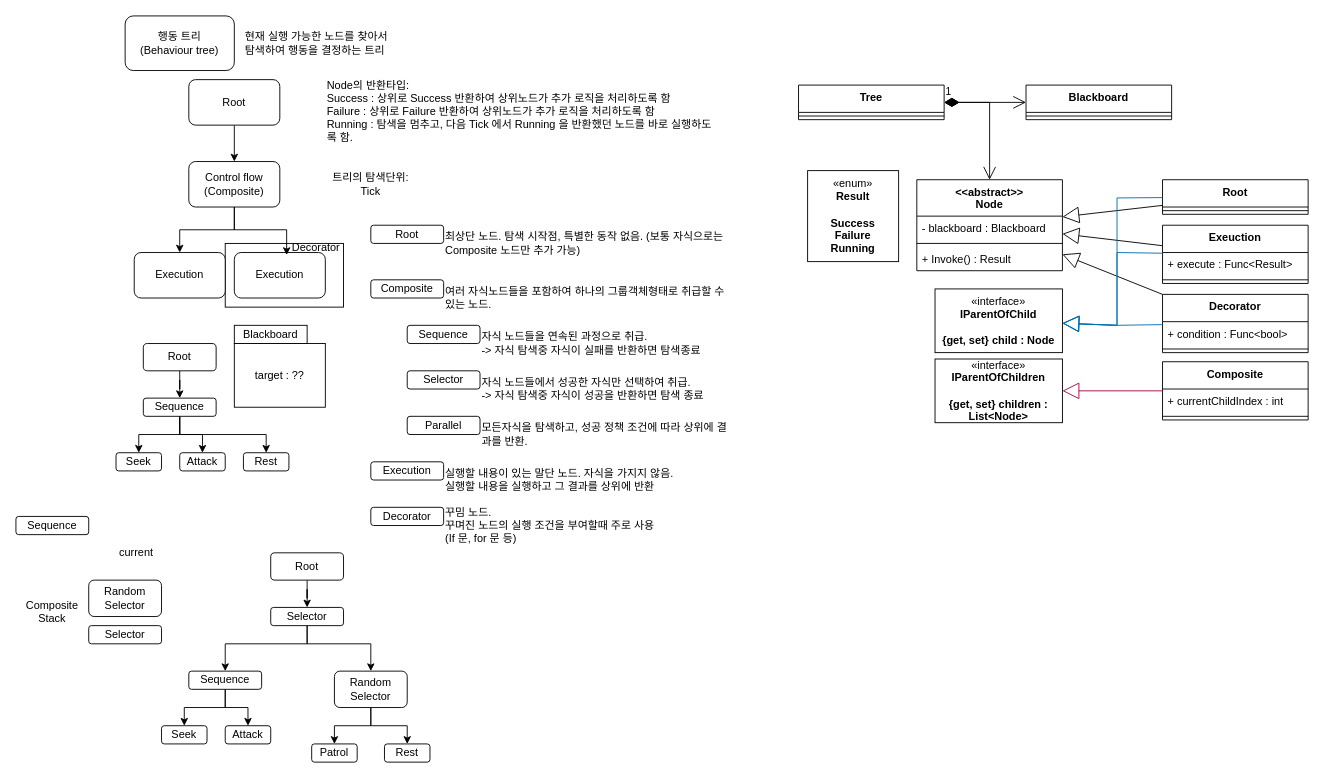
This is BehaviourTree.drawio from luke-youngmin-cho/ETL_Unity11, a draw.io file, before an edit. Source tidied: cells renumbered, new cells numbered last; positions are measured from the earlier drawing's top-left corner, leaving out a move shared by most shapes. Both pictures are drawn from the tidied source at 91%, with x=0, y=0 at pixel (15, 15).
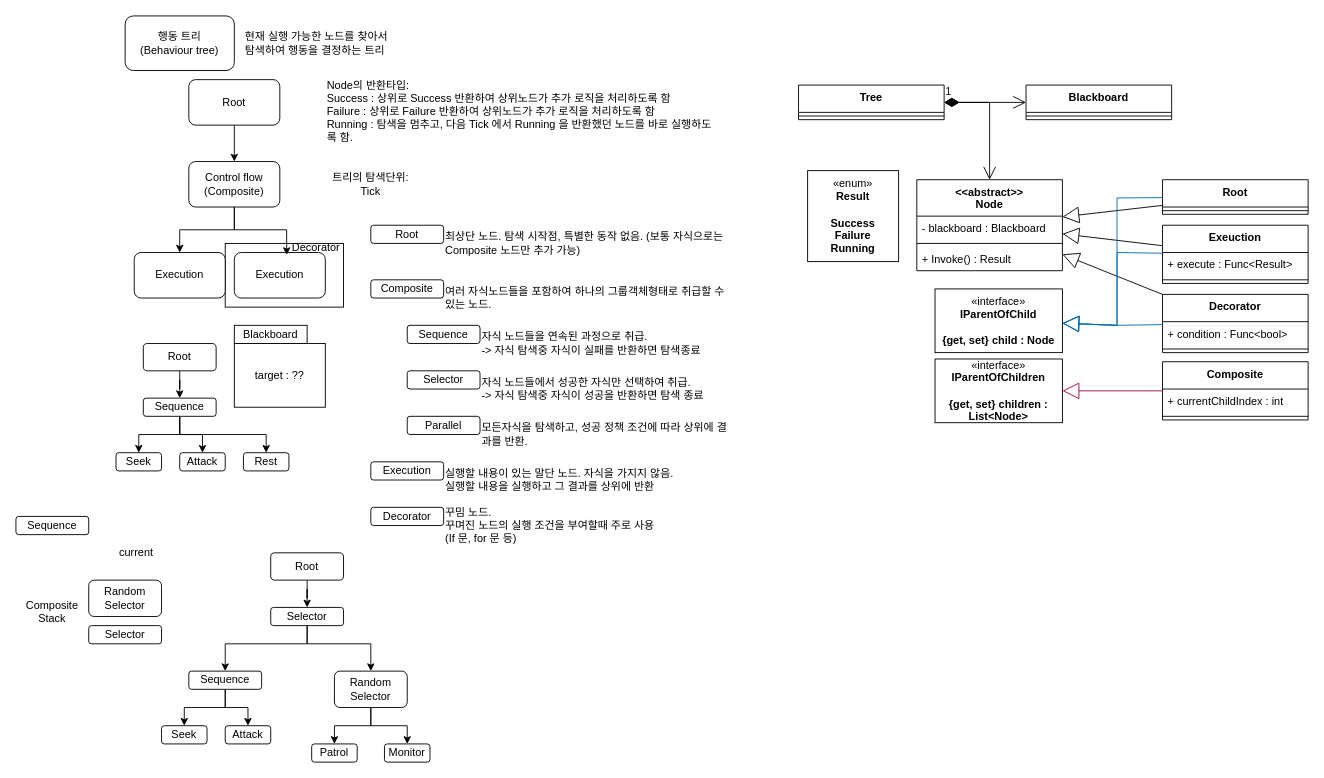
After the change.

Diff of the diagram source:
```diff
@@
-    <mxCell id="85" value="Rest" style="rounded=1;whiteSpace=wrap;html=1;" parent="1" vertex="1">
+    <mxCell id="85" value="Monitor" style="rounded=1;whiteSpace=wrap;html=1;" parent="1" vertex="1">
       <mxGeometry x="405" y="800" width="50" height="20" as="geometry" />
     </mxCell>
```
